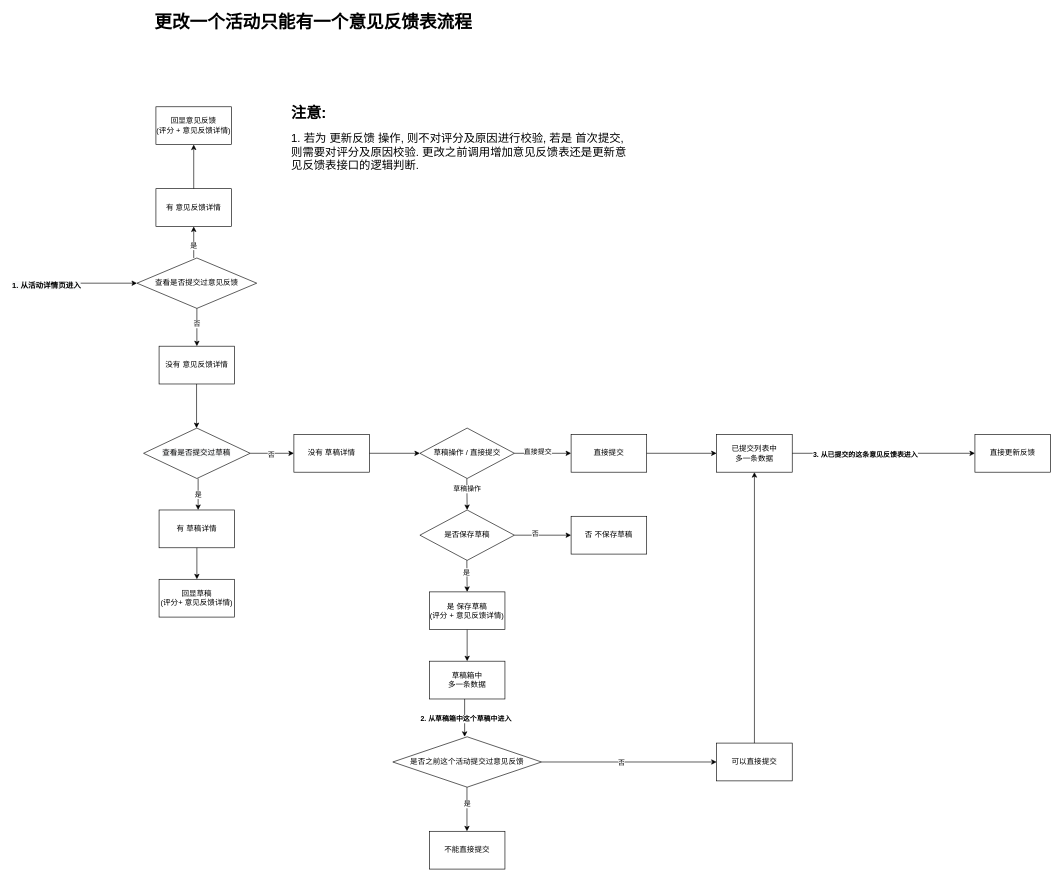
Before: 未命名绘图.drawio in bo-bi/resource, a draw.io diagram. Source tidied: cells renumbered, new cells numbered last; positions are measured from the earlier drawing's top-left corner, leaving out a move shared by most shapes. Both pictures are drawn from the tidied source at 63%, with x=0, y=0 at pixel (11, 12).
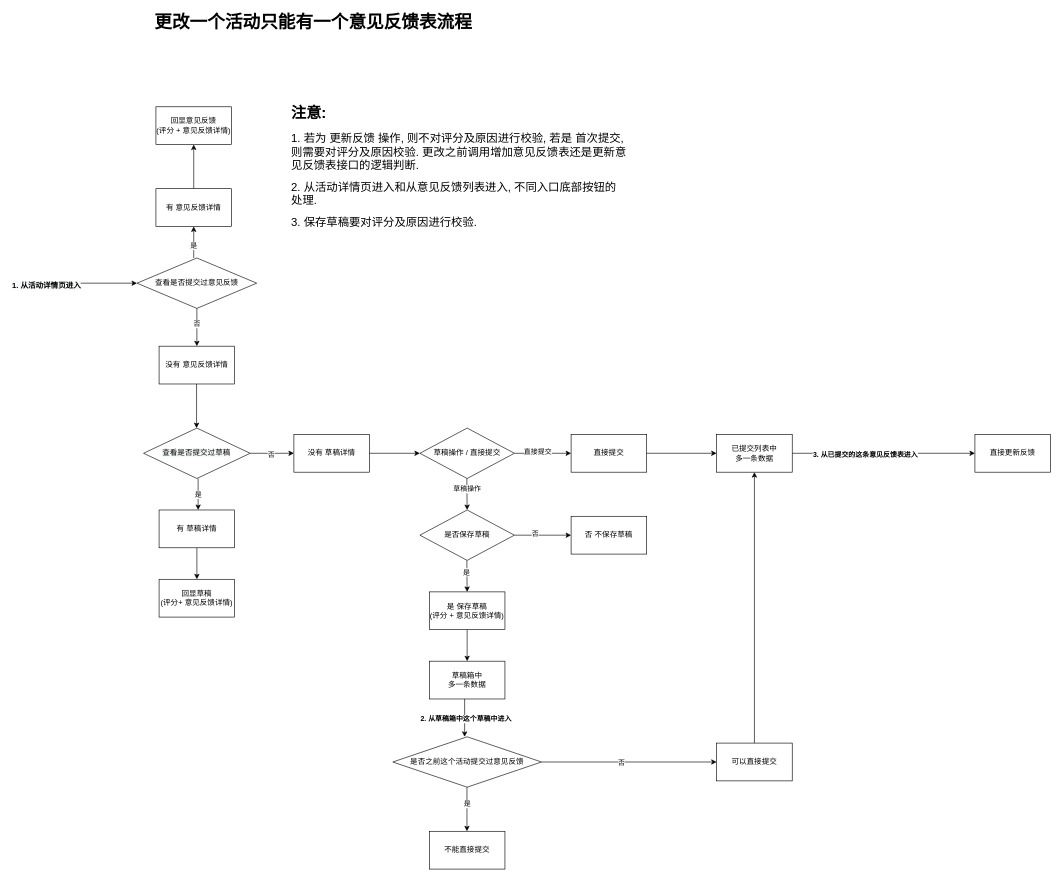
Above is the later version.

Commit message:
更新未命名绘图.drawio

Change to the diagram source:
```diff
@@
-    <mxCell id="54" value="&lt;h1&gt;注意:&lt;/h1&gt;&lt;p&gt;&lt;span style=&quot;font-size: 18px; background-color: initial;&quot;&gt;1. 若为 更新反馈 操作, 则不对评分及原因进行校验, 若是 首次提交, 则需要对评分及原因校验.&amp;nbsp;&lt;/span&gt;&lt;span style=&quot;background-color: initial; font-size: 18px;&quot;&gt;更改之前调用增加意见反馈表还是更新意见反馈表接口的逻辑判断.&lt;/span&gt;&lt;/p&gt;" style="text;html=1;strokeColor=none;fillColor=none;spacing=5;spacingTop=-20;whiteSpace=wrap;overflow=hidden;rounded=0;" parent="1" vertex="1">
-      <mxGeometry x="440" y="140" width="540" height="160" as="geometry" />
+    <mxCell id="54" value="&lt;h1&gt;注意:&lt;/h1&gt;&lt;p&gt;&lt;span style=&quot;font-size: 18px; background-color: initial;&quot;&gt;1. 若为 更新反馈 操作, 则不对评分及原因进行校验, 若是 首次提交, 则需要对评分及原因校验.&amp;nbsp;&lt;/span&gt;&lt;span style=&quot;background-color: initial; font-size: 18px;&quot;&gt;更改之前调用增加意见反馈表还是更新意见反馈表接口的逻辑判断.&lt;/span&gt;&lt;/p&gt;&lt;p&gt;&lt;span style=&quot;background-color: initial; font-size: 18px;&quot;&gt;2. 从活动详情页进入和从意见反馈列表进入, 不同入口底部按钮的处理.&lt;/span&gt;&lt;/p&gt;&lt;p&gt;&lt;span style=&quot;background-color: initial; font-size: 18px;&quot;&gt;3. 保存草稿要对评分及原因进行校验.&lt;/span&gt;&lt;/p&gt;" style="text;html=1;strokeColor=none;fillColor=none;spacing=5;spacingTop=-20;whiteSpace=wrap;overflow=hidden;rounded=0;" parent="1" vertex="1">
+      <mxGeometry x="440" y="140" width="540" height="240" as="geometry" />
     </mxCell>
```
